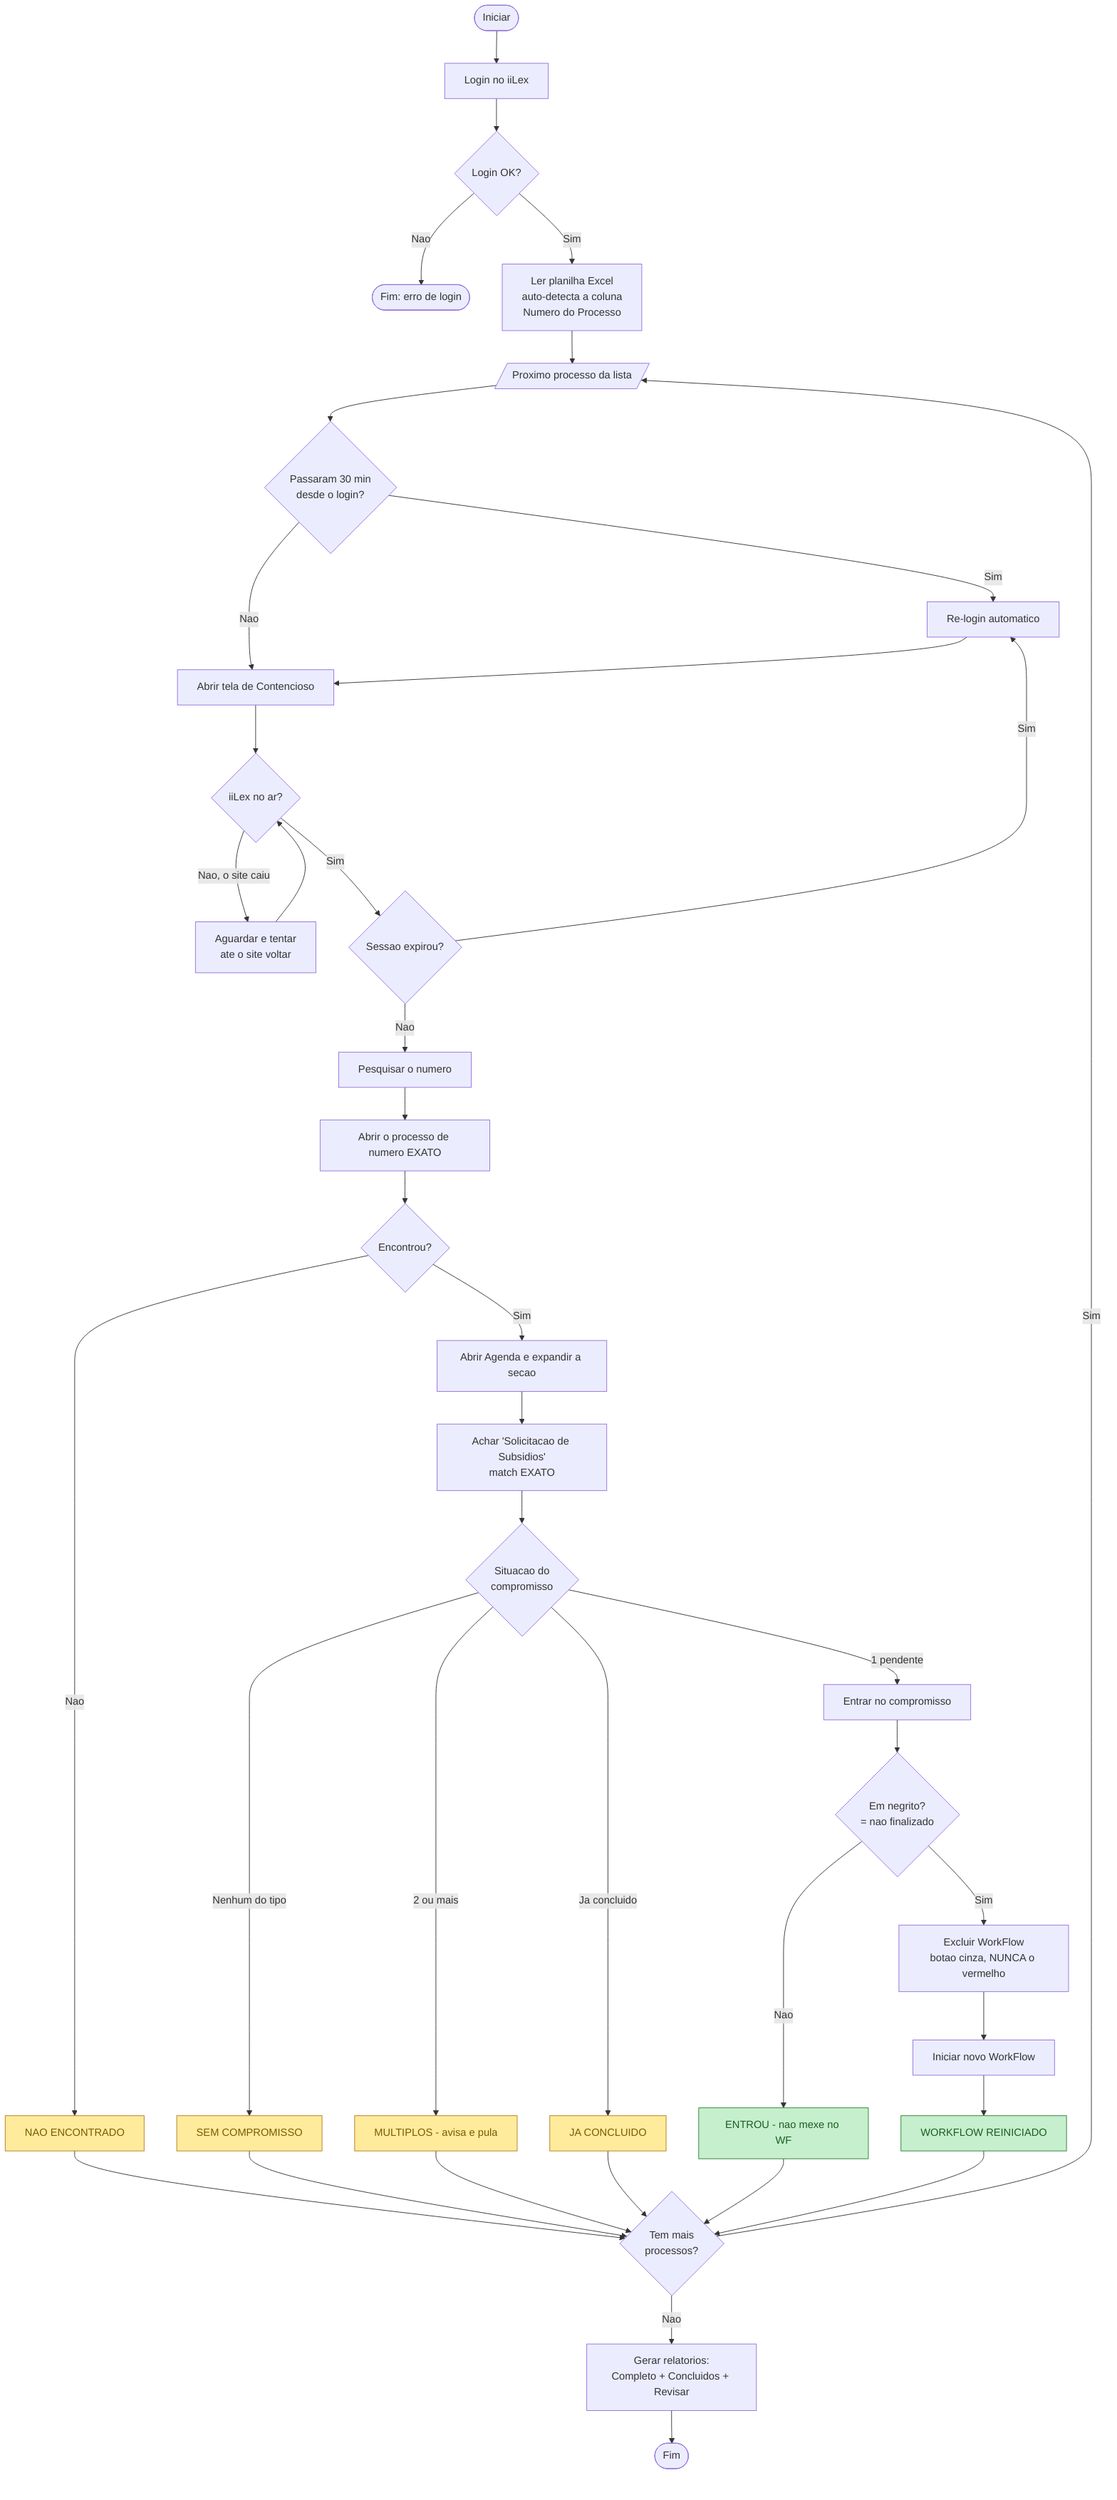
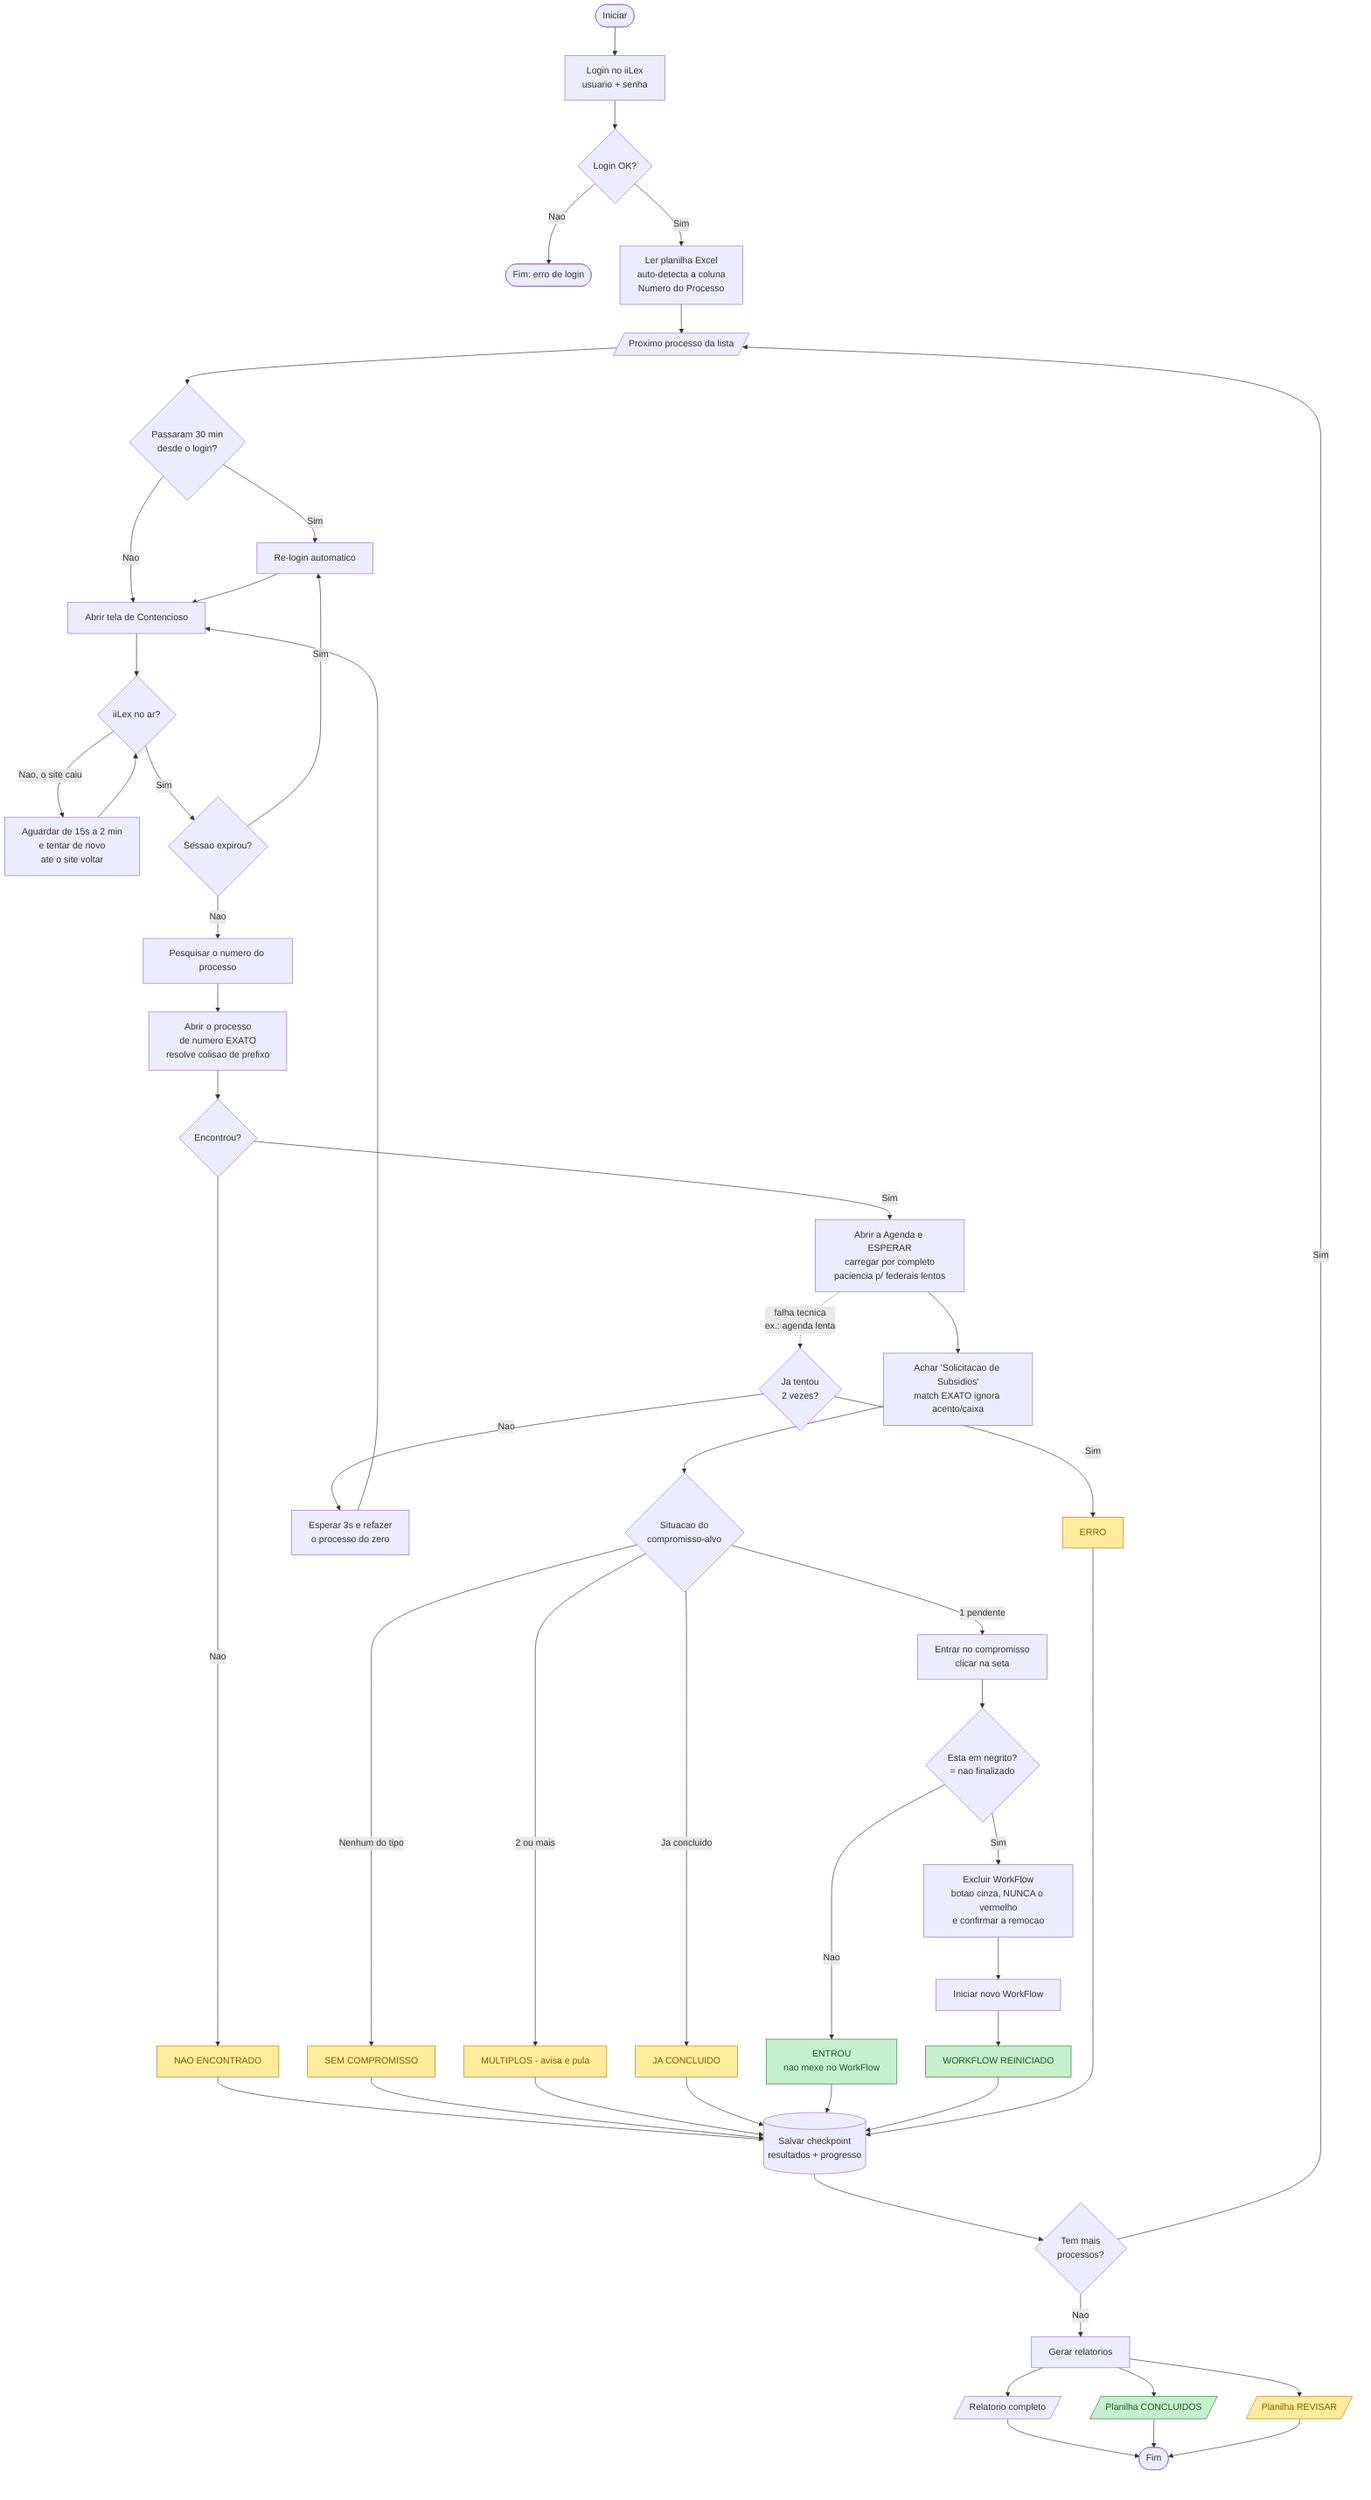
flowchart TD
-     A([Iniciar]) --> B[Login no iiLex]
+     A([Iniciar]) --> B[Login no iiLex<br/>usuario + senha]
    B --> C{Login OK?}
    C -->|Nao| ZF([Fim: erro de login])
    C -->|Sim| D[Ler planilha Excel<br/>auto-detecta a coluna<br/>Numero do Processo]
    D --> LOOP[/Proximo processo da lista/]
+ 
    LOOP --> RL{Passaram 30 min<br/>desde o login?}
    RL -->|Sim| RLX[Re-login automatico]
    RL -->|Nao| OPEN[Abrir tela de Contencioso]
    RLX --> OPEN
+ 
    OPEN --> SITE{iiLex no ar?}
-     SITE -->|Nao, o site caiu| WAIT[Aguardar e tentar<br/>ate o site voltar]
+     SITE -->|Nao, o site caiu| WAIT[Aguardar de 15s a 2 min<br/>e tentar de novo<br/>ate o site voltar]
    WAIT --> SITE
    SITE -->|Sim| SESS{Sessao expirou?}
    SESS -->|Sim| RLX
-     SESS -->|Nao| SEARCH[Pesquisar o numero]
-     SEARCH --> EXACT[Abrir o processo de numero EXATO]
+     SESS -->|Nao| SEARCH[Pesquisar o numero do processo]
+ 
+     SEARCH --> EXACT[Abrir o processo<br/>de numero EXATO<br/>resolve colisao de prefixo]
    EXACT --> FOUND{Encontrou?}
    FOUND -->|Nao| O_NF[NAO ENCONTRADO]:::rev
-     FOUND -->|Sim| AG[Abrir Agenda e expandir a secao]
-     AG --> MATCH[Achar 'Solicitacao de Subsidios'<br/>match EXATO]
-     MATCH --> DEC{Situacao do<br/>compromisso}
+     FOUND -->|Sim| AG[Abrir a Agenda e ESPERAR<br/>carregar por completo<br/>paciencia p/ federais lentos]
+     AG --> MATCH[Achar 'Solicitacao de Subsidios'<br/>match EXATO ignora acento/caixa]
+     MATCH --> DEC{Situacao do<br/>compromisso-alvo}
+ 
    DEC -->|Nenhum do tipo| O_SC[SEM COMPROMISSO]:::rev
    DEC -->|2 ou mais| O_MU[MULTIPLOS - avisa e pula]:::rev
    DEC -->|Ja concluido| O_JC[JA CONCLUIDO]:::rev
-     DEC -->|1 pendente| ENTER[Entrar no compromisso]
-     ENTER --> BOLD{Em negrito?<br/>= nao finalizado}
-     BOLD -->|Nao| O_EN[ENTROU - nao mexe no WF]:::ok
-     BOLD -->|Sim| DEL[Excluir WorkFlow<br/>botao cinza, NUNCA o vermelho]
+     DEC -->|1 pendente| ENTER[Entrar no compromisso<br/>clicar na seta]
+ 
+     ENTER --> BOLD{Esta em negrito?<br/>= nao finalizado}
+     BOLD -->|Nao| O_EN[ENTROU<br/>nao mexe no WorkFlow]:::ok
+     BOLD -->|Sim| DEL[Excluir WorkFlow<br/>botao cinza, NUNCA o vermelho<br/>e confirmar a remocao]
    DEL --> NEW[Iniciar novo WorkFlow]
    NEW --> O_WR[WORKFLOW REINICIADO]:::ok
-     O_NF --> MORE
-     O_SC --> MORE
-     O_MU --> MORE
-     O_JC --> MORE
-     O_EN --> MORE
-     O_WR --> MORE
+ 
+     AG -.->|"falha tecnica<br/>ex.: agenda lenta"| RETRY{Ja tentou<br/>2 vezes?}
+     RETRY -->|Nao| WAIT3[Esperar 3s e refazer<br/>o processo do zero]
+     WAIT3 --> OPEN
+     RETRY -->|Sim| O_ER[ERRO]:::rev
+ 
+     O_NF --> SAVE
+     O_SC --> SAVE
+     O_MU --> SAVE
+     O_JC --> SAVE
+     O_EN --> SAVE
+     O_WR --> SAVE
+     O_ER --> SAVE
+     SAVE[(Salvar checkpoint<br/>resultados + progresso)] --> MORE
    MORE{Tem mais<br/>processos?} -->|Sim| LOOP
-     MORE -->|Nao| REP[Gerar relatorios:<br/>Completo + Concluidos + Revisar]
-     REP --> END([Fim])
+     MORE -->|Nao| REP[Gerar relatorios]
+     REP --> R1[/Relatorio completo/]
+     REP --> R2[/Planilha CONCLUIDOS/]:::ok
+     REP --> R3[/Planilha REVISAR/]:::rev
+     R1 --> END([Fim])
+     R2 --> END
+     R3 --> END
+ 
    classDef ok fill:#C6EFCE,stroke:#2E7D32,color:#1B5E20;
    classDef rev fill:#FFEB9C,stroke:#B7791F,color:#7A5C00;
